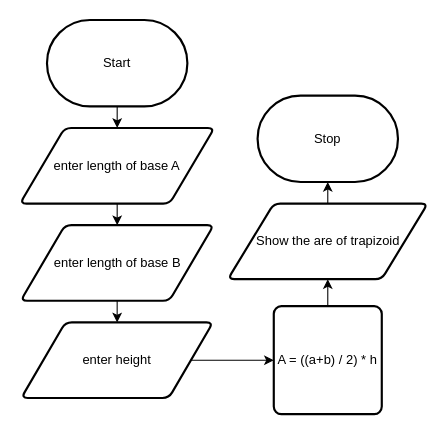
Evgeny-Vovk/ICS2O-Unit3-01-HTML keeps this draw.io diagram as design/storyboard.drawio. Above is the earlier version. Source tidied: cells renumbered, new cells numbered last; positions are measured from the earlier drawing's top-left corner, leaving out a move shared by most shapes. Both pictures are drawn from the tidied source at 108%, with x=0, y=0 at pixel (19, 19).
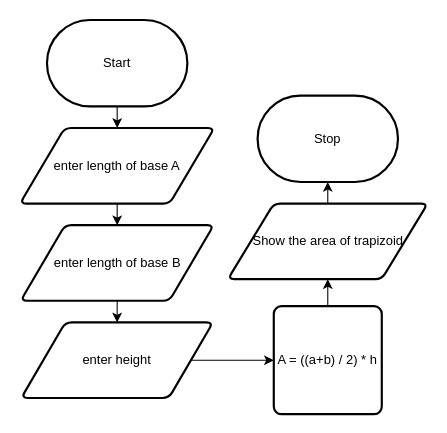
The same diagram, later.

What changed in the source:
```diff
@@
 <mxGraphModel>
   <root>
     <mxCell id="0" />
     <mxCell id="1" parent="0" />
     <mxCell id="2" style="edgeStyle=none;html=1;exitX=0.5;exitY=1;exitDx=0;exitDy=0;exitPerimeter=0;entryX=0.5;entryY=0;entryDx=0;entryDy=0;" parent="1" edge="1" source="3" target="6">
       <mxGeometry relative="1" as="geometry" />
     </mxCell>
     <mxCell id="3" value="Start" style="strokeWidth=2;html=1;shape=mxgraph.flowchart.terminator;whiteSpace=wrap;" parent="1" vertex="1">
       <mxGeometry x="25" width="130" height="80" as="geometry" />
     </mxCell>
     <mxCell id="4" value="Stop" style="strokeWidth=2;html=1;shape=mxgraph.flowchart.terminator;whiteSpace=wrap;" parent="1" vertex="1">
       <mxGeometry x="220" y="70" width="130" height="80" as="geometry" />
     </mxCell>
     <mxCell id="5" style="edgeStyle=none;html=1;exitX=0.5;exitY=1;exitDx=0;exitDy=0;entryX=0.5;entryY=0;entryDx=0;entryDy=0;" parent="1" edge="1" source="6" target="8">
       <mxGeometry relative="1" as="geometry" />
     </mxCell>
     <mxCell id="6" value="enter length of base A" style="shape=parallelogram;html=1;strokeWidth=2;perimeter=parallelogramPerimeter;whiteSpace=wrap;rounded=1;arcSize=12;size=0.23;" parent="1" vertex="1">
       <mxGeometry y="100" width="180" height="70" as="geometry" />
     </mxCell>
     <mxCell id="7" style="edgeStyle=none;html=1;exitX=0.5;exitY=1;exitDx=0;exitDy=0;entryX=0.5;entryY=0;entryDx=0;entryDy=0;" parent="1" edge="1" source="8" target="10">
       <mxGeometry relative="1" as="geometry" />
     </mxCell>
     <mxCell id="8" value="enter length of base B" style="shape=parallelogram;html=1;strokeWidth=2;perimeter=parallelogramPerimeter;whiteSpace=wrap;rounded=1;arcSize=12;size=0.23;" parent="1" vertex="1">
       <mxGeometry x="0.6" y="190" width="178.8" height="70" as="geometry" />
     </mxCell>
     <mxCell id="9" style="edgeStyle=none;html=1;exitX=1;exitY=0.5;exitDx=0;exitDy=0;" parent="1" edge="1" source="10" target="12">
       <mxGeometry relative="1" as="geometry" />
     </mxCell>
     <mxCell id="10" value="enter height" style="shape=parallelogram;html=1;strokeWidth=2;perimeter=parallelogramPerimeter;whiteSpace=wrap;rounded=1;arcSize=12;size=0.23;" parent="1" vertex="1">
       <mxGeometry x="1.2" y="280" width="177.5" height="70" as="geometry" />
     </mxCell>
     <mxCell id="11" style="edgeStyle=none;html=1;entryX=0.5;entryY=1;entryDx=0;entryDy=0;" parent="1" edge="1" source="12" target="14">
       <mxGeometry relative="1" as="geometry" />
     </mxCell>
     <mxCell id="12" value="A = ((a+b) / 2) * h" style="rounded=1;whiteSpace=wrap;html=1;absoluteArcSize=1;arcSize=14;strokeWidth=2;" parent="1" vertex="1">
       <mxGeometry x="235" y="265" width="100" height="100" as="geometry" />
     </mxCell>
     <mxCell id="13" style="edgeStyle=none;html=1;exitX=0.5;exitY=0;exitDx=0;exitDy=0;entryX=0.5;entryY=1;entryDx=0;entryDy=0;entryPerimeter=0;" parent="1" edge="1" source="14" target="4">
       <mxGeometry relative="1" as="geometry" />
     </mxCell>
-    <mxCell id="14" value="Show the are of trapizoid" style="shape=parallelogram;html=1;strokeWidth=2;perimeter=parallelogramPerimeter;whiteSpace=wrap;rounded=1;arcSize=12;size=0.23;" parent="1" vertex="1">
+    <mxCell id="14" value="Show the area of trapizoid" style="shape=parallelogram;html=1;strokeWidth=2;perimeter=parallelogramPerimeter;whiteSpace=wrap;rounded=1;arcSize=12;size=0.23;" parent="1" vertex="1">
       <mxGeometry x="192.5" y="170" width="185" height="70" as="geometry" />
     </mxCell>
   </root>
 </mxGraphModel>
```
